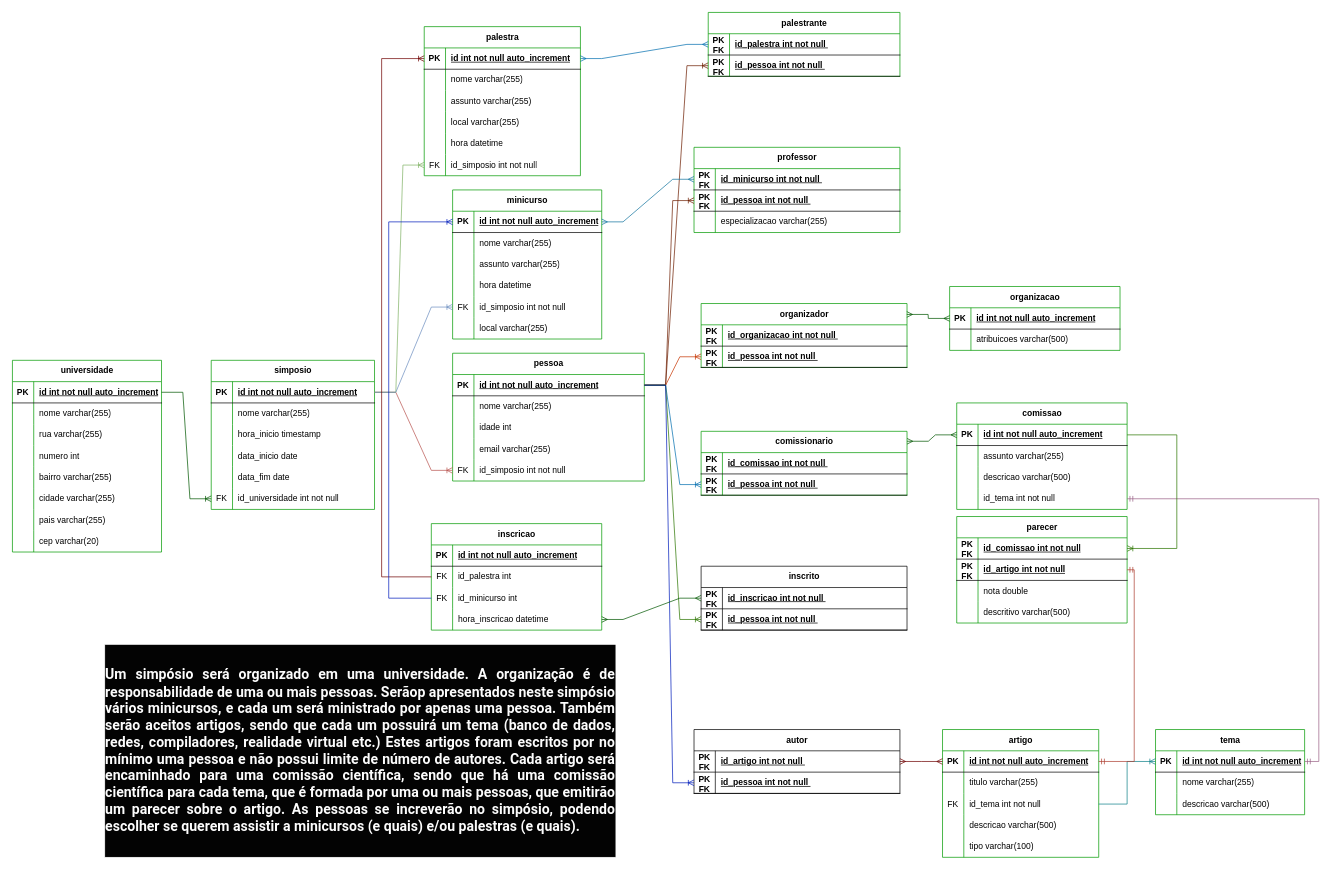
The draw.io diagram Diagramas/Atividades/simposio.drawio in samueldelorenzi/BancoDeDadosI, before the edit. Source tidied: cells renumbered, new cells numbered last; positions are measured from the earlier drawing's top-left corner, leaving out a move shared by most shapes. Both pictures are drawn from the tidied source at 71%, with x=0, y=0 at pixel (12, 12).
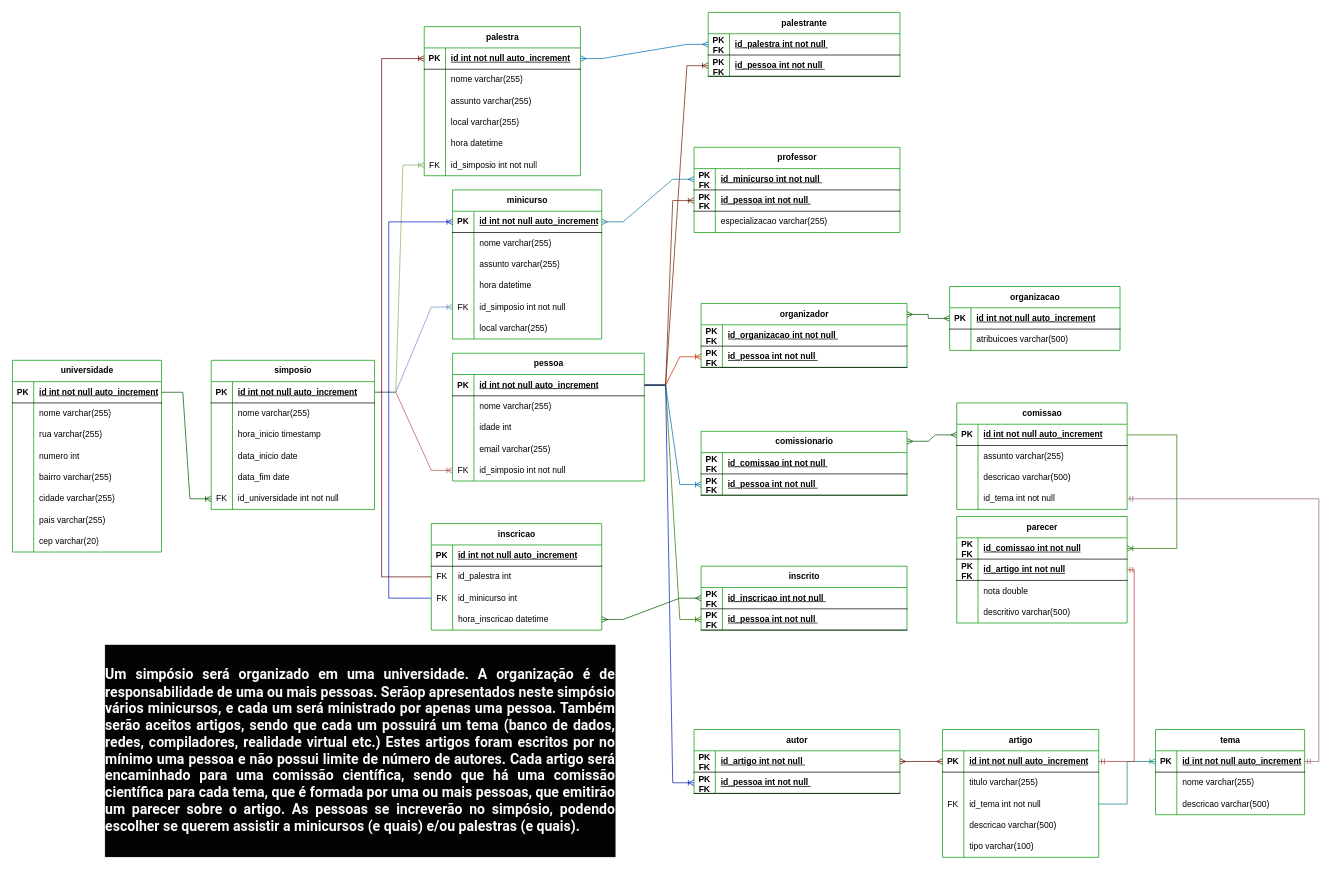
The same page after the edit.

What changed in the source:
```diff
@@
-    <mxCell id="170" value="inscrito" style="shape=table;startSize=30;childLayout=tableLayout;rowLines=0;fontStyle=1;align=center;html=1;" parent="1" vertex="1">
+    <mxCell id="170" value="inscrito" style="shape=table;startSize=30;childLayout=tableLayout;rowLines=0;fontStyle=1;align=center;html=1;strokeColor=#009900;" parent="1" vertex="1">
       <mxGeometry x="970" y="780" width="290" height="90" as="geometry" />
     </mxCell>
@@
-    <mxCell id="191" value="autor" style="shape=table;startSize=30;childLayout=tableLayout;rowLines=0;fontStyle=1;align=center;html=1;" parent="1" vertex="1">
+    <mxCell id="191" value="autor" style="shape=table;startSize=30;childLayout=tableLayout;rowLines=0;fontStyle=1;align=center;html=1;strokeColor=#009900;" parent="1" vertex="1">
       <mxGeometry x="960" y="1010" width="290" height="90" as="geometry" />
     </mxCell>
```
